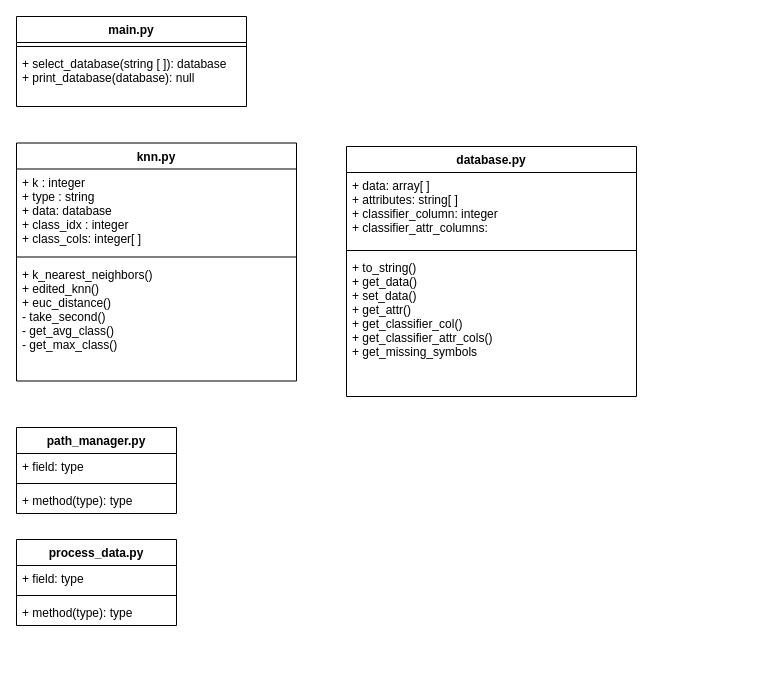
Earlier version of the draw.io diagram design_doc/Project 2 UML Diagram.drawio (Geo3ngel/CSCI-447-Project-2). Source tidied: cells renumbered, new cells numbered last; positions are measured from the earlier drawing's top-left corner, leaving out a move shared by most shapes. Both pictures are drawn from the tidied source at 100%, with x=0, y=0 at pixel (16, 16).
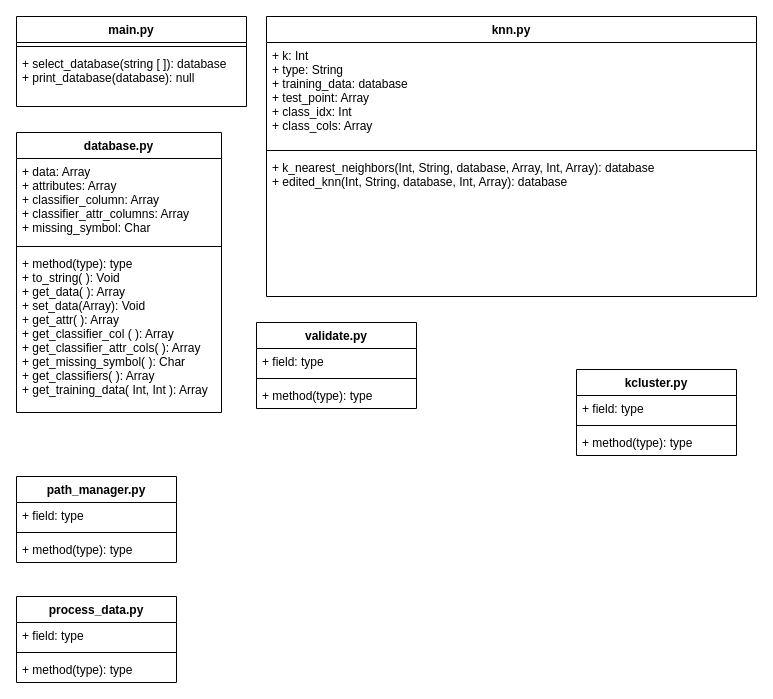
Above is the later version.

Commit message:
Updated UML Diagram

The edit, as a diff of the source:
```diff
@@
     <mxCell id="5" value="database.py" style="swimlane;fontStyle=1;align=center;verticalAlign=top;horizontal=1;startSize=26;" parent="1" vertex="1">
-      <mxGeometry x="330" y="130" width="290" height="250" as="geometry" />
+      <mxGeometry y="116" width="205" height="280" as="geometry" />
     </mxCell>
-    <mxCell id="6" value="+ data: array[ ]&#10;+ attributes: string[ ]&#10;+ classifier_column: integer&#10;+ classifier_attr_columns: " style="text;strokeColor=none;fillColor=none;align=left;verticalAlign=top;spacingLeft=4;spacingRight=4;overflow=hidden;" parent="5" vertex="1">
-      <mxGeometry y="26" width="290" height="74" as="geometry" />
+    <mxCell id="6" value="+ data: Array&#10;+ attributes: Array&#10;+ classifier_column: Array&#10;+ classifier_attr_columns: Array&#10;+ missing_symbol: Char" style="text;strokeColor=none;fillColor=none;align=left;verticalAlign=top;spacingLeft=4;spacingRight=4;overflow=hidden;" parent="5" vertex="1">
+      <mxGeometry y="26" width="205" height="84" as="geometry" />
     </mxCell>
     <mxCell id="7" style="line;strokeWidth=1;fillColor=none;align=left;verticalAlign=middle;spacingTop=-1;spacingLeft=3;spacingRight=3;labelPosition=right;" parent="5" vertex="1">
-      <mxGeometry y="100" width="290" height="8" as="geometry" />
+      <mxGeometry y="110" width="205" height="8" as="geometry" />
     </mxCell>
-    <mxCell id="8" value="+ to_string()&#10;+ get_data()&#10;+ set_data()&#10;+ get_attr()&#10;+ get_classifier_col()&#10;+ get_classifier_attr_cols()&#10;+ get_missing_symbols&#10;" style="text;strokeColor=none;fillColor=none;align=left;verticalAlign=top;spacingLeft=4;spacingRight=4;overflow=hidden;" parent="5" vertex="1">
-      <mxGeometry y="108" width="290" height="142" as="geometry" />
+    <mxCell id="8" value="+ method(type): type&#10;+ to_string( ): Void&#10;+ get_data( ): Array&#10;+ set_data(Array): Void&#10;+ get_attr( ): Array&#10;+ get_classifier_col ( ): Array&#10;+ get_classifier_attr_cols( ): Array&#10;+ get_missing_symbol( ): Char&#10;+ get_classifiers( ): Array&#10;+ get_training_data( Int, Int ): Array" style="text;strokeColor=none;fillColor=none;align=left;verticalAlign=top;spacingLeft=4;spacingRight=4;overflow=hidden;" parent="5" vertex="1">
+      <mxGeometry y="118" width="205" height="162" as="geometry" />
     </mxCell>
     <mxCell id="9" value="process_data.py" style="swimlane;fontStyle=1;align=center;verticalAlign=top;horizontal=1;startSize=26;" parent="1" vertex="1">
-      <mxGeometry y="523" width="160" height="86" as="geometry" />
+      <mxGeometry y="580" width="160" height="86" as="geometry" />
     </mxCell>
@@
     <mxCell id="13" value="path_manager.py" style="swimlane;fontStyle=1;align=center;verticalAlign=top;horizontal=1;startSize=26;" parent="1" vertex="1">
-      <mxGeometry y="411" width="160" height="86" as="geometry" />
+      <mxGeometry y="460" width="160" height="86" as="geometry" />
     </mxCell>
@@
     <mxCell id="17" value="knn.py" style="swimlane;fontStyle=1;align=center;verticalAlign=top;horizontal=1;startSize=26;" parent="1" vertex="1">
-      <mxGeometry y="126.5" width="280" height="238" as="geometry" />
+      <mxGeometry x="250" width="490" height="280" as="geometry" />
     </mxCell>
-    <mxCell id="18" value="+ k : integer&#10;+ type : string&#10;+ data: database&#10;+ class_idx : integer&#10;+ class_cols: integer[ ]&#10;&#10;" style="text;strokeColor=none;fillColor=none;align=left;verticalAlign=top;spacingLeft=4;spacingRight=4;overflow=hidden;" parent="17" vertex="1">
-      <mxGeometry y="26" width="280" height="84" as="geometry" />
-    </mxCell>
-    <mxCell id="19" style="line;strokeWidth=1;fillColor=none;align=left;verticalAlign=middle;spacingTop=-1;spacingLeft=3;spacingRight=3;labelPosition=right;" parent="17" vertex="1">
-      <mxGeometry y="110" width="280" height="8" as="geometry" />
-    </mxCell>
-    <mxCell id="20" value="+ k_nearest_neighbors()&#10;+ edited_knn()&#10;+ euc_distance()&#10;- take_second()&#10;- get_avg_class()&#10;- get_max_class()&#10;" style="text;strokeColor=none;fillColor=none;align=left;verticalAlign=top;spacingLeft=4;spacingRight=4;overflow=hidden;" parent="17" vertex="1">
-      <mxGeometry y="118" width="280" height="120" as="geometry" />
-    </mxCell>
+    <mxCell id="21" value="+ k: Int&#10;+ type: String&#10;+ training_data: database&#10;+ test_point: Array&#10;+ class_idx: Int&#10;+ class_cols: Array" style="text;strokeColor=none;fillColor=none;align=left;verticalAlign=top;spacingLeft=4;spacingRight=4;overflow=hidden;" parent="17" vertex="1">
+      <mxGeometry y="26" width="490" height="104" as="geometry" />
+    </mxCell>
+    <mxCell id="22" style="line;strokeWidth=1;fillColor=none;align=left;verticalAlign=middle;spacingTop=-1;spacingLeft=3;spacingRight=3;labelPosition=right;" parent="17" vertex="1">
+      <mxGeometry y="130" width="490" height="8" as="geometry" />
+    </mxCell>
+    <mxCell id="23" value="+ k_nearest_neighbors(Int, String, database, Array, Int, Array): database&#10;+ edited_knn(Int, String, database, Int, Array): database" style="text;strokeColor=none;fillColor=none;align=left;verticalAlign=top;spacingLeft=4;spacingRight=4;overflow=hidden;" parent="17" vertex="1">
+      <mxGeometry y="138" width="490" height="142" as="geometry" />
+    </mxCell>
+    <mxCell id="24" value="validate.py&#10;" style="swimlane;fontStyle=1;align=center;verticalAlign=top;horizontal=1;startSize=26;" parent="1" vertex="1">
+      <mxGeometry x="240" y="306" width="160" height="86" as="geometry" />
+    </mxCell>
+    <mxCell id="25" value="+ field: type" style="text;strokeColor=none;fillColor=none;align=left;verticalAlign=top;spacingLeft=4;spacingRight=4;overflow=hidden;" parent="24" vertex="1">
+      <mxGeometry y="26" width="160" height="26" as="geometry" />
+    </mxCell>
+    <mxCell id="26" style="line;strokeWidth=1;fillColor=none;align=left;verticalAlign=middle;spacingTop=-1;spacingLeft=3;spacingRight=3;labelPosition=right;" parent="24" vertex="1">
+      <mxGeometry y="52" width="160" height="8" as="geometry" />
+    </mxCell>
+    <mxCell id="27" value="+ method(type): type" style="text;strokeColor=none;fillColor=none;align=left;verticalAlign=top;spacingLeft=4;spacingRight=4;overflow=hidden;" parent="24" vertex="1">
+      <mxGeometry y="60" width="160" height="26" as="geometry" />
+    </mxCell>
+    <mxCell id="28" value="kcluster.py" style="swimlane;fontStyle=1;align=center;verticalAlign=top;horizontal=1;startSize=26;" parent="1" vertex="1">
+      <mxGeometry x="560" y="353" width="160" height="86" as="geometry" />
+    </mxCell>
+    <mxCell id="29" value="+ field: type" style="text;strokeColor=none;fillColor=none;align=left;verticalAlign=top;spacingLeft=4;spacingRight=4;overflow=hidden;" parent="28" vertex="1">
+      <mxGeometry y="26" width="160" height="26" as="geometry" />
+    </mxCell>
+    <mxCell id="30" style="line;strokeWidth=1;fillColor=none;align=left;verticalAlign=middle;spacingTop=-1;spacingLeft=3;spacingRight=3;labelPosition=right;" parent="28" vertex="1">
+      <mxGeometry y="52" width="160" height="8" as="geometry" />
+    </mxCell>
+    <mxCell id="31" value="+ method(type): type" style="text;strokeColor=none;fillColor=none;align=left;verticalAlign=top;spacingLeft=4;spacingRight=4;overflow=hidden;" parent="28" vertex="1">
+      <mxGeometry y="60" width="160" height="26" as="geometry" />
+    </mxCell>
```
